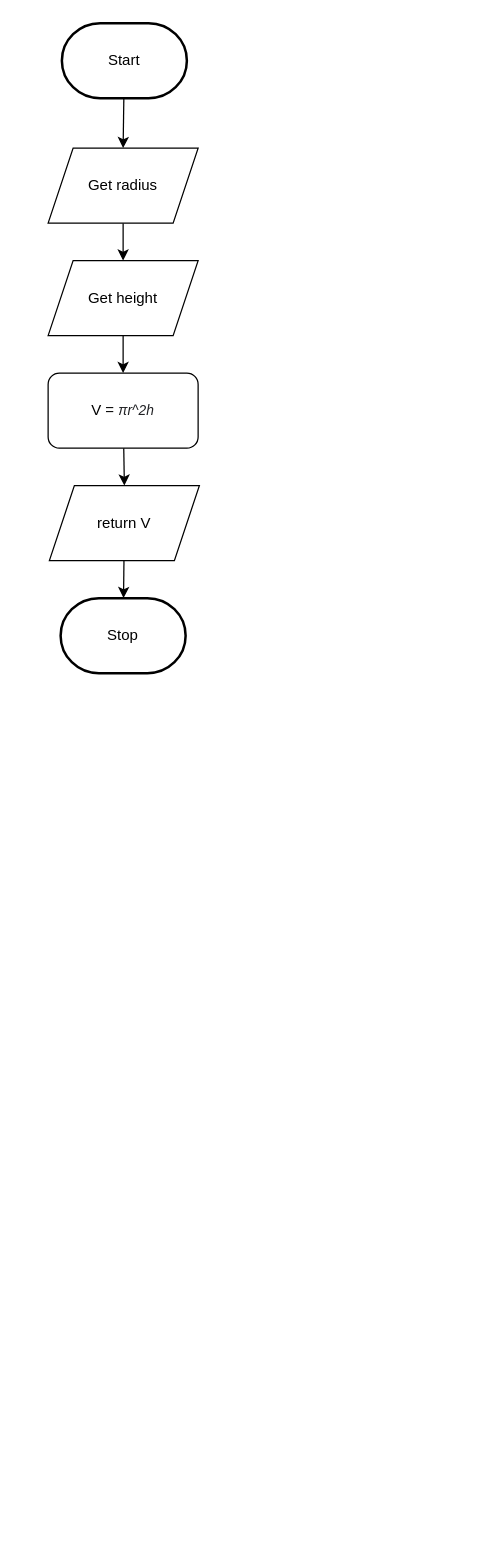
This is Drawio/FlowChart.Drawio from JacksonNaufal/ICS3U-Unit5-05-Python, a draw.io file, before an edit. Source tidied: cells renumbered, new cells numbered last; positions are measured from the earlier drawing's top-left corner, leaving out a move shared by most shapes. Both pictures are drawn from the tidied source at 125%, with x=0, y=0 at pixel (48, 22).
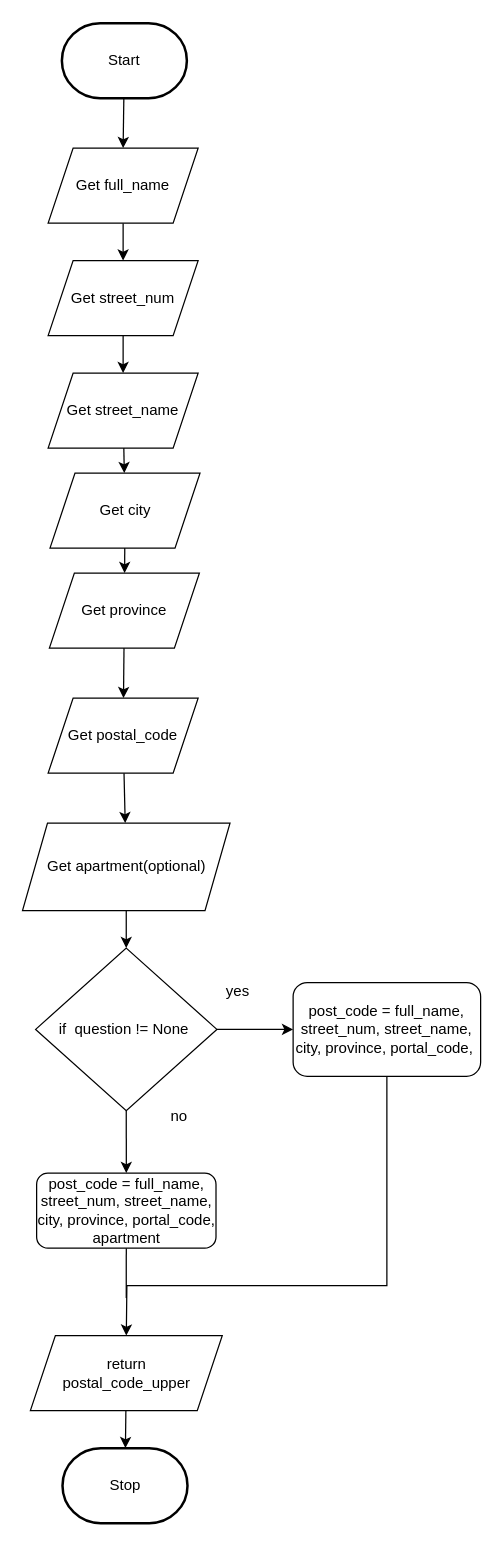
After the change.

The edit, as a diff of the source:
```diff
@@
     <mxCell id="4" value="Stop" style="strokeWidth=2;html=1;shape=mxgraph.flowchart.terminator;whiteSpace=wrap;rounded=1;" parent="1" vertex="1">
-      <mxGeometry x="10" y="460" width="100" height="60" as="geometry" />
+      <mxGeometry x="11.5" y="1140" width="100" height="60" as="geometry" />
     </mxCell>
@@
-    <mxCell id="6" value="&lt;font style=&quot;font-size: 12px&quot;&gt;return V&lt;/font&gt;" style="shape=parallelogram;perimeter=parallelogramPerimeter;whiteSpace=wrap;html=1;fixedSize=1;fontSize=8;" parent="1" vertex="1">
-      <mxGeometry x="1" y="370" width="120" height="60" as="geometry" />
+    <mxCell id="6" value="&lt;font style=&quot;font-size: 12px&quot;&gt;return &lt;br&gt;postal_code_upper&lt;/font&gt;" style="shape=parallelogram;perimeter=parallelogramPerimeter;whiteSpace=wrap;html=1;fixedSize=1;fontSize=8;" parent="1" vertex="1">
+      <mxGeometry x="-14.2" y="1050" width="153.5" height="60" as="geometry" />
     </mxCell>
@@
-    <mxCell id="8" value="Get radius" style="shape=parallelogram;perimeter=parallelogramPerimeter;whiteSpace=wrap;html=1;fixedSize=1;" parent="1" vertex="1">
+    <mxCell id="8" value="Get full_name" style="shape=parallelogram;perimeter=parallelogramPerimeter;whiteSpace=wrap;html=1;fixedSize=1;" parent="1" vertex="1">
       <mxGeometry y="100" width="120" height="60" as="geometry" />
     </mxCell>
-    <mxCell id="9" style="edgeStyle=none;html=1;entryX=0.5;entryY=0;entryDx=0;entryDy=0;fontFamily=Helvetica;fontSize=11;" parent="1" edge="1" source="10" target="6">
-      <mxGeometry relative="1" as="geometry" />
-    </mxCell>
-    <mxCell id="10" value="V =&amp;nbsp;&lt;span style=&quot;color: rgb(32 , 33 , 36) ; font-style: italic ; background-color: rgb(255 , 255 , 255)&quot;&gt;&lt;font style=&quot;font-size: 11px&quot;&gt;πr^2h&lt;/font&gt;&lt;/span&gt;" style="rounded=1;whiteSpace=wrap;html=1;" parent="1" vertex="1">
-      <mxGeometry y="280" width="120" height="60" as="geometry" />
-    </mxCell>
-    <mxCell id="11" style="edgeStyle=none;html=1;fontFamily=Helvetica;fontSize=11;" parent="1" edge="1" source="12" target="10">
-      <mxGeometry relative="1" as="geometry" />
-    </mxCell>
-    <mxCell id="12" value="Get height" style="shape=parallelogram;perimeter=parallelogramPerimeter;whiteSpace=wrap;html=1;fixedSize=1;" parent="1" vertex="1">
+    <mxCell id="12" value="Get street_num" style="shape=parallelogram;perimeter=parallelogramPerimeter;whiteSpace=wrap;html=1;fixedSize=1;" parent="1" vertex="1">
       <mxGeometry y="190" width="120" height="60" as="geometry" />
     </mxCell>
+    <mxCell id="13" value="Get street_name" style="shape=parallelogram;perimeter=parallelogramPerimeter;whiteSpace=wrap;html=1;fixedSize=1;" parent="1" vertex="1">
+      <mxGeometry y="280" width="120" height="60" as="geometry" />
+    </mxCell>
+    <mxCell id="14" style="edgeStyle=none;html=1;fontFamily=Helvetica;fontSize=11;endArrow=classic;endFill=1;" parent="1" edge="1" source="12" target="13">
+      <mxGeometry relative="1" as="geometry" />
+    </mxCell>
+    <mxCell id="15" value="Get city" style="shape=parallelogram;perimeter=parallelogramPerimeter;whiteSpace=wrap;html=1;fixedSize=1;" parent="1" vertex="1">
+      <mxGeometry x="1.5" y="360" width="120" height="60" as="geometry" />
+    </mxCell>
+    <mxCell id="16" style="edgeStyle=none;html=1;fontFamily=Helvetica;fontSize=11;startArrow=none;endArrow=classic;endFill=1;" parent="1" edge="1" source="13" target="15">
+      <mxGeometry relative="1" as="geometry" />
+    </mxCell>
+    <mxCell id="17" value="Get province" style="shape=parallelogram;perimeter=parallelogramPerimeter;whiteSpace=wrap;html=1;fixedSize=1;" parent="1" vertex="1">
+      <mxGeometry x="1" y="440" width="120" height="60" as="geometry" />
+    </mxCell>
+    <mxCell id="18" style="edgeStyle=none;html=1;fontFamily=Helvetica;fontSize=11;startArrow=none;endArrow=classic;endFill=1;" parent="1" edge="1" source="15" target="17">
+      <mxGeometry relative="1" as="geometry" />
+    </mxCell>
+    <mxCell id="19" style="edgeStyle=none;html=1;endArrow=classic;endFill=1;" parent="1" edge="1" source="20" target="22">
+      <mxGeometry relative="1" as="geometry" />
+    </mxCell>
+    <mxCell id="20" value="Get postal_code" style="shape=parallelogram;perimeter=parallelogramPerimeter;whiteSpace=wrap;html=1;fixedSize=1;" parent="1" vertex="1">
+      <mxGeometry y="540" width="120" height="60" as="geometry" />
+    </mxCell>
+    <mxCell id="21" style="edgeStyle=none;html=1;fontFamily=Helvetica;fontSize=11;startArrow=none;endArrow=classic;endFill=1;" parent="1" edge="1" source="17" target="20">
+      <mxGeometry relative="1" as="geometry" />
+    </mxCell>
+    <mxCell id="22" value="Get apartment(optional)" style="shape=parallelogram;perimeter=parallelogramPerimeter;whiteSpace=wrap;html=1;fixedSize=1;" parent="1" vertex="1">
+      <mxGeometry x="-20.5" y="640" width="166" height="70" as="geometry" />
+    </mxCell>
+    <mxCell id="23" style="edgeStyle=none;html=1;endArrow=classic;endFill=1;" parent="1" edge="1" source="25" target="30">
+      <mxGeometry relative="1" as="geometry" />
+    </mxCell>
+    <mxCell id="24" style="edgeStyle=none;html=1;endArrow=classic;endFill=1;" parent="1" edge="1" source="25" target="32">
+      <mxGeometry relative="1" as="geometry" />
+    </mxCell>
+    <mxCell id="25" value="if&amp;nbsp; question != None&amp;nbsp;" style="rhombus;whiteSpace=wrap;html=1;" parent="1" vertex="1">
+      <mxGeometry x="-10" y="740" width="145" height="130" as="geometry" />
+    </mxCell>
+    <mxCell id="26" style="edgeStyle=none;html=1;endArrow=classic;endFill=1;" parent="1" edge="1" source="22" target="25">
+      <mxGeometry relative="1" as="geometry" />
+    </mxCell>
+    <mxCell id="27" value="no" style="text;html=1;strokeColor=none;fillColor=none;align=center;verticalAlign=middle;whiteSpace=wrap;rounded=0;" parent="1" vertex="1">
+      <mxGeometry x="75" y="860" width="60" height="30" as="geometry" />
+    </mxCell>
+    <mxCell id="28" value="yes" style="text;html=1;strokeColor=none;fillColor=none;align=center;verticalAlign=middle;whiteSpace=wrap;rounded=0;" parent="1" vertex="1">
+      <mxGeometry x="121.5" y="760" width="60" height="30" as="geometry" />
+    </mxCell>
+    <mxCell id="29" style="edgeStyle=none;rounded=0;html=1;endArrow=none;endFill=0;" parent="1" edge="1" source="30">
+      <mxGeometry relative="1" as="geometry">
+        <mxPoint x="62.5" y="1020" as="targetPoint" />
+      </mxGeometry>
+    </mxCell>
+    <mxCell id="30" value="&lt;span&gt;post_code = full_name, street_num, street_name, city, province, portal_code, apartment&lt;/span&gt;" style="rounded=1;whiteSpace=wrap;html=1;" parent="1" vertex="1">
+      <mxGeometry x="-9.2" y="920" width="143.5" height="60" as="geometry" />
+    </mxCell>
+    <mxCell id="31" style="edgeStyle=none;html=1;entryX=0.5;entryY=0;entryDx=0;entryDy=0;endArrow=classic;endFill=1;rounded=0;" parent="1" edge="1" source="32" target="6">
+      <mxGeometry relative="1" as="geometry">
+        <Array as="points">
+          <mxPoint x="271" y="1010" />
+          <mxPoint x="256" y="1010" />
+          <mxPoint x="63" y="1010" />
+        </Array>
+      </mxGeometry>
+    </mxCell>
+    <mxCell id="32" value="post_code = full_name, street_num, street_name, city, province, portal_code,&amp;nbsp;" style="rounded=1;whiteSpace=wrap;html=1;" parent="1" vertex="1">
+      <mxGeometry x="196" y="767.5" width="150" height="75" as="geometry" />
+    </mxCell>
```
